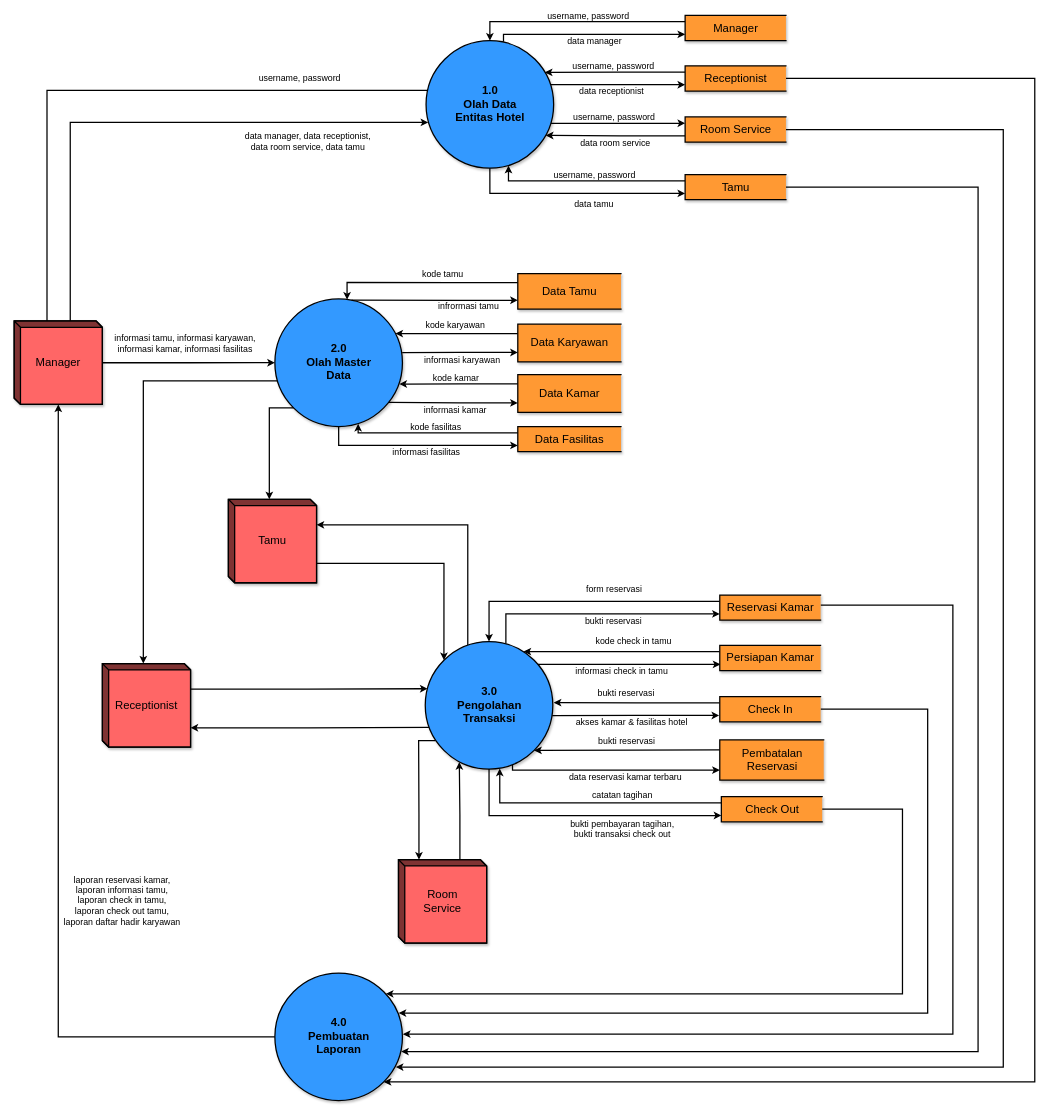
Above: page "DFD LVL 1 - NEW" (3 of 8) of Sistem Pemesanan Kamar Hotel - Data Flow Diagram.drawio in trueazp/System-Design-Analysis (draw.io), before the change. Source tidied: cells renumbered, new cells numbered last; positions are measured from the earlier drawing's top-left corner, leaving out a move shared by most shapes. Both pictures are drawn from the tidied source at 63%, with x=0, y=0 at pixel (14, 15).
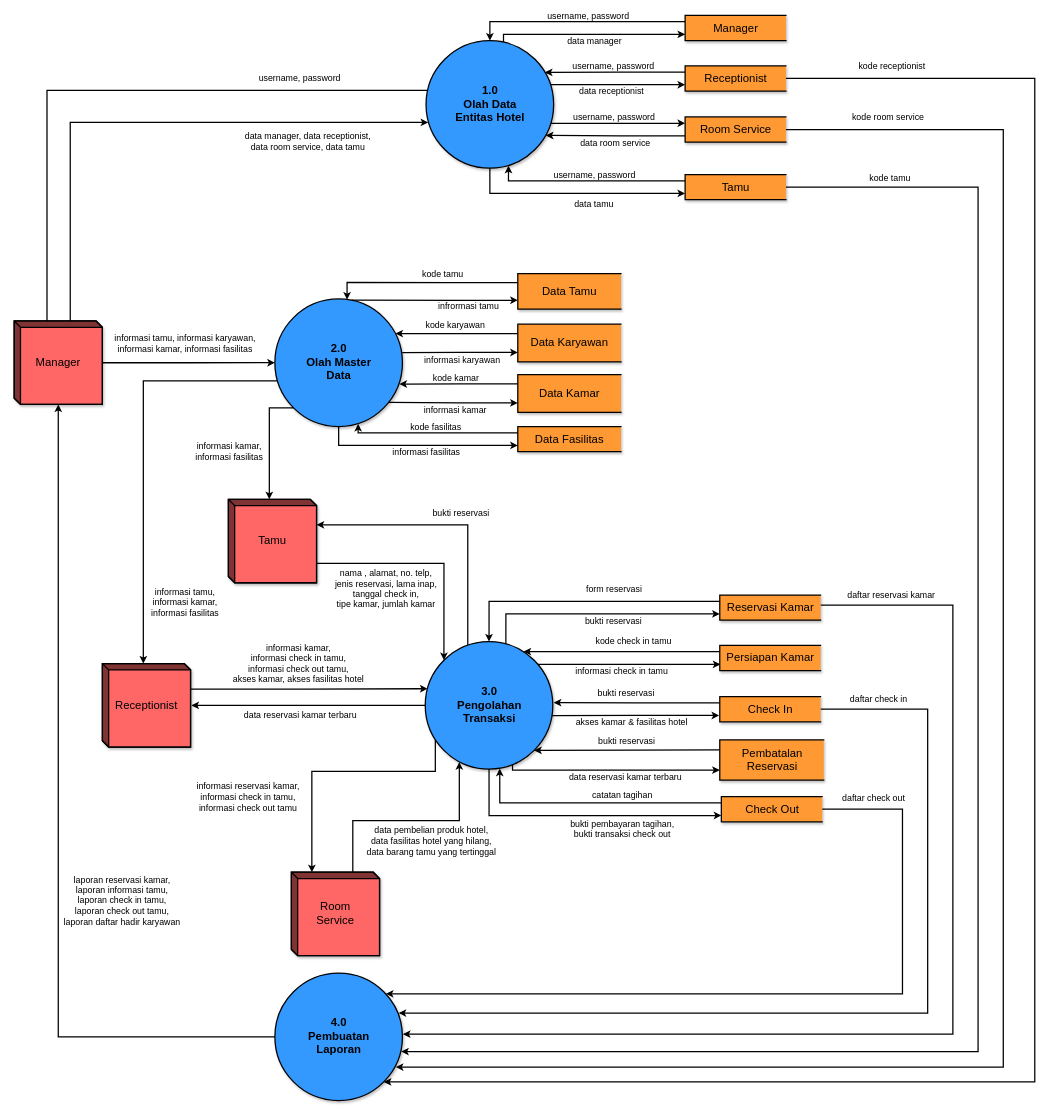
Above is the later version.

Commit message:
finished new DFD LVL 1...i hope

The change refers to these unchanged cells:
```xml
<mxCell id="9" style="edgeStyle=orthogonalEdgeStyle;rounded=0;jettySize=auto;html=1;exitX=0;exitY=1;exitDx=0;exitDy=0;entryX=0;entryY=0;entryDx=65;entryDy=0;entryPerimeter=0;fontSize=16;endArrow=classic;endFill=1;strokeWidth=2;" parent="1" edge="1" source="11" target="61">
  <mxGeometry relative="1" as="geometry">
    <Array as="points">
      <mxPoint x="443" y="580" />
      <mxPoint x="205" y="580" />
    </Array>
  </mxGeometry>
</mxCell>
<mxCell id="10" style="edgeStyle=orthogonalEdgeStyle;rounded=0;jumpStyle=arc;jettySize=auto;html=1;exitX=0;exitY=1;exitDx=0;exitDy=0;entryX=0;entryY=0;entryDx=65;entryDy=0;entryPerimeter=0;fontSize=14;startArrow=none;startFill=0;endArrow=classic;endFill=1;strokeWidth=2;" parent="1" edge="1" source="11" target="17">
  <mxGeometry relative="1" as="geometry">
    <Array as="points">
      <mxPoint x="405" y="623" />
    </Array>
  </mxGeometry>
</mxCell>
<mxCell id="15" style="edgeStyle=orthogonalEdgeStyle;rounded=0;jettySize=auto;html=1;exitX=0;exitY=0;exitDx=140;exitDy=101.875;exitPerimeter=0;entryX=0;entryY=0;entryDx=0;entryDy=0;fontSize=14;endArrow=classic;endFill=1;strokeWidth=2;" parent="1" edge="1" source="17" target="68">
  <mxGeometry relative="1" as="geometry">
    <Array as="points">
      <mxPoint x="682" y="870" />
    </Array>
  </mxGeometry>
</mxCell>
<mxCell id="16" style="edgeStyle=orthogonalEdgeStyle;rounded=0;jettySize=auto;html=1;exitX=0;exitY=0;exitDx=140;exitDy=40.625;exitPerimeter=0;fontSize=14;endArrow=none;endFill=0;strokeWidth=2;startArrow=classic;startFill=1;" parent="1" edge="1" source="17" target="68">
  <mxGeometry relative="1" as="geometry">
    <Array as="points">
      <mxPoint x="720" y="809" />
    </Array>
  </mxGeometry>
</mxCell>
<mxCell id="27" style="edgeStyle=orthogonalEdgeStyle;rounded=0;jumpStyle=arc;jettySize=auto;html=1;entryX=1;entryY=1;entryDx=0;entryDy=0;fontSize=14;startArrow=none;startFill=0;endArrow=classic;endFill=1;strokeWidth=2;" parent="1" edge="1" source="28" target="14">
  <mxGeometry relative="1" as="geometry">
    <Array as="points">
      <mxPoint x="1620" y="100" />
      <mxPoint x="1620" y="1693" />
    </Array>
  </mxGeometry>
</mxCell>
<mxCell id="33" style="edgeStyle=orthogonalEdgeStyle;rounded=0;jumpStyle=arc;jettySize=auto;html=1;entryX=0.948;entryY=0.737;entryDx=0;entryDy=0;entryPerimeter=0;fontSize=14;startArrow=none;startFill=0;endArrow=classic;endFill=1;strokeWidth=2;" parent="1" edge="1" source="34" target="14">
  <mxGeometry relative="1" as="geometry">
    <Array as="points">
      <mxPoint x="1570" y="181" />
      <mxPoint x="1570" y="1669" />
    </Array>
  </mxGeometry>
</mxCell>
<mxCell id="57" style="edgeStyle=orthogonalEdgeStyle;rounded=0;jumpStyle=arc;jettySize=auto;html=1;entryX=0.99;entryY=0.616;entryDx=0;entryDy=0;entryPerimeter=0;fontSize=14;startArrow=none;startFill=0;endArrow=classic;endFill=1;strokeWidth=2;" parent="1" edge="1" source="58" target="14">
  <mxGeometry relative="1" as="geometry">
    <Array as="points">
      <mxPoint x="1530" y="273" />
      <mxPoint x="1530" y="1645" />
    </Array>
  </mxGeometry>
</mxCell>
<mxCell id="60" style="edgeStyle=orthogonalEdgeStyle;rounded=0;jettySize=auto;html=1;exitX=0;exitY=0;exitDx=140;exitDy=40.625;exitPerimeter=0;entryX=0.018;entryY=0.37;entryDx=0;entryDy=0;entryPerimeter=0;fontFamily=Verdana;fontSize=14;startArrow=none;startFill=0;endArrow=classic;endFill=1;strokeWidth=2;labelBackgroundColor=none;" parent="1" edge="1" source="61" target="68">
  <mxGeometry relative="1" as="geometry" />
</mxCell>
<mxCell id="61" value="Receptionist" style="html=1;dashed=0;whitespace=wrap;shape=mxgraph.dfd.externalEntity;shadow=1;labelBackgroundColor=none;fontFamily=Helvetica;fontSize=18;strokeWidth=2;fillColor=#FF6666;align=center;whiteSpace=wrap;" parent="1" vertex="1">
  <mxGeometry x="140" y="1028.8" width="140" height="132.5" as="geometry" />
</mxCell>
<mxCell id="62" style="edgeStyle=orthogonalEdgeStyle;rounded=0;jettySize=auto;html=1;exitX=0;exitY=0;exitDx=97.5;exitDy=0;exitPerimeter=0;entryX=0.267;entryY=0.945;entryDx=0;entryDy=0;entryPerimeter=0;fontSize=14;startArrow=none;startFill=0;endArrow=classic;endFill=1;strokeWidth=2;" parent="1" edge="1" source="64" target="68">
  <mxGeometry relative="1" as="geometry" />
</mxCell>
<mxCell id="68" value="3.0&lt;br style=&quot;font-size: 18px&quot;&gt;Pengolahan &lt;br&gt;Transaksi" style="shape=ellipse;html=1;dashed=0;whitespace=wrap;perimeter=ellipsePerimeter;shadow=1;labelBackgroundColor=none;fontFamily=Helvetica;fontSize=18;strokeWidth=2;fillColor=#3399FF;align=center;fontStyle=1;" parent="1" vertex="1">
  <mxGeometry x="652.5" y="993.8" width="202.5" height="202.5" as="geometry" />
</mxCell>
<mxCell id="73" style="edgeStyle=orthogonalEdgeStyle;rounded=0;jumpStyle=arc;orthogonalLoop=1;jettySize=auto;html=1;fontSize=14;startArrow=none;startFill=0;endArrow=classic;endFill=1;strokeWidth=2;" parent="1" edge="1">
  <mxGeometry relative="1" as="geometry">
    <mxPoint x="1280" y="936" as="sourcePoint" />
    <mxPoint x="617" y="1617" as="targetPoint" />
    <Array as="points">
      <mxPoint x="1490" y="936" />
      <mxPoint x="1490" y="1617" />
    </Array>
  </mxGeometry>
</mxCell>
<mxCell id="84" style="edgeStyle=orthogonalEdgeStyle;rounded=0;jettySize=auto;html=1;entryX=0.97;entryY=0.314;entryDx=0;entryDy=0;entryPerimeter=0;fontSize=14;startArrow=none;startFill=0;endArrow=classic;endFill=1;strokeWidth=2;" parent="1" edge="1" source="85" target="14">
  <mxGeometry relative="1" as="geometry">
    <Array as="points">
      <mxPoint x="1450" y="1101" />
      <mxPoint x="1450" y="1584" />
    </Array>
  </mxGeometry>
</mxCell>
<mxCell id="95" style="edgeStyle=orthogonalEdgeStyle;rounded=0;jettySize=auto;html=1;fontSize=14;startArrow=none;startFill=0;endArrow=classic;endFill=1;strokeWidth=2;jumpStyle=arc;" parent="1" edge="1" source="96">
  <mxGeometry relative="1" as="geometry">
    <mxPoint x="590" y="1553" as="targetPoint" />
    <Array as="points">
      <mxPoint x="1410" y="1260" />
      <mxPoint x="1410" y="1553" />
    </Array>
  </mxGeometry>
</mxCell>
```

The edit, as a diff of the source:
```diff
@@
+    <mxCell id="97" value="&lt;div&gt;informasi tamu, &lt;br&gt;&lt;/div&gt;&lt;div&gt;informasi kamar, &lt;br&gt;&lt;/div&gt;&lt;div&gt;informasi fasilitas&lt;br&gt;&lt;/div&gt;" style="edgeLabel;html=1;align=center;verticalAlign=middle;fontSize=14;" parent="9" vertex="1">
+      <mxGeometry x="0.46" relative="1" as="geometry">
+        <mxPoint x="65" y="100" as="offset" />
+      </mxGeometry>
+    </mxCell>
@@
+    <mxCell id="98" value="&lt;div&gt;informasi kamar, &lt;br&gt;&lt;/div&gt;&lt;div&gt;informasi fasilitas&lt;br&gt;&lt;/div&gt;" style="edgeLabel;html=1;align=center;verticalAlign=middle;fontSize=14;" parent="10" vertex="1">
+      <mxGeometry x="0.32" y="2" relative="1" as="geometry">
+        <mxPoint x="-67" y="-14" as="offset" />
+      </mxGeometry>
+    </mxCell>
@@
+    <mxCell id="99" value="&lt;div&gt;nama , alamat, no. telp, &lt;br&gt;&lt;/div&gt;&lt;div&gt;jenis reservasi, lama inap, &lt;br&gt;&lt;/div&gt;&lt;div&gt;tanggal check in, &lt;/div&gt;tipe kamar, jumlah kamar" style="edgeLabel;html=1;align=center;verticalAlign=middle;fontSize=14;" parent="15" vertex="1">
+      <mxGeometry x="-0.32" y="-2" relative="1" as="geometry">
+        <mxPoint x="-11" y="38" as="offset" />
+      </mxGeometry>
+    </mxCell>
@@
+    <mxCell id="100" value="bukti reservasi" style="edgeLabel;html=1;align=center;verticalAlign=middle;fontSize=14;" parent="16" vertex="1">
+      <mxGeometry x="-0.15" y="2" relative="1" as="geometry">
+        <mxPoint x="46" y="-17" as="offset" />
+      </mxGeometry>
+    </mxCell>
@@
+    <mxCell id="101" value="kode receptionist" style="edgeLabel;html=1;align=center;verticalAlign=middle;fontSize=14;" parent="27" vertex="1">
+      <mxGeometry x="-0.89" y="-2" relative="1" as="geometry">
+        <mxPoint x="1" y="-22" as="offset" />
+      </mxGeometry>
+    </mxCell>
@@
+    <mxCell id="102" value="kode room service" style="edgeLabel;html=1;align=center;verticalAlign=middle;fontSize=14;" parent="33" vertex="1">
+      <mxGeometry x="-0.9" y="2" relative="1" as="geometry">
+        <mxPoint x="21" y="-18" as="offset" />
+      </mxGeometry>
+    </mxCell>
@@
+    <mxCell id="103" value="kode tamu" style="edgeLabel;html=1;align=center;verticalAlign=middle;fontSize=14;" parent="57" vertex="1">
+      <mxGeometry x="-0.87" y="2" relative="1" as="geometry">
+        <mxPoint x="-5" y="-13" as="offset" />
+      </mxGeometry>
+    </mxCell>
@@
-    <mxCell id="59" style="edgeStyle=orthogonalEdgeStyle;rounded=0;jettySize=auto;html=1;entryX=0.032;entryY=0.673;entryDx=0;entryDy=0;fontFamily=Verdana;fontSize=13;startArrow=classic;startFill=1;endArrow=none;endFill=0;strokeWidth=2;exitX=0;exitY=0;exitDx=140;exitDy=101.875;exitPerimeter=0;labelBackgroundColor=none;entryPerimeter=0;" parent="1" edge="1" source="61" target="68">
-      <mxGeometry relative="1" as="geometry" />
-    </mxCell>
@@
+    <mxCell id="104" value="&lt;div&gt;informasi kamar, &lt;br&gt;&lt;/div&gt;&lt;div&gt;informasi check in tamu, &lt;br&gt;&lt;/div&gt;&lt;div&gt;informasi check out tamu, &lt;br&gt;&lt;/div&gt;&lt;div&gt;akses kamar, akses fasilitas hotel&lt;br&gt;&lt;/div&gt;" style="edgeLabel;html=1;align=center;verticalAlign=middle;fontSize=14;" parent="60" vertex="1">
+      <mxGeometry x="-0.3" y="1" relative="1" as="geometry">
+        <mxPoint x="39" y="-40" as="offset" />
+      </mxGeometry>
+    </mxCell>
@@
+    <mxCell id="105" value="data pembelian produk hotel, &lt;br style=&quot;font-size: 14px&quot;&gt;data fasilitas hotel yang hilang, &lt;br style=&quot;font-size: 14px&quot;&gt;data barang tamu yang tertinggal" style="edgeLabel;html=1;align=center;verticalAlign=middle;fontSize=14;" parent="62" vertex="1">
+      <mxGeometry x="0.13" y="2" relative="1" as="geometry">
+        <mxPoint x="12" y="34" as="offset" />
+      </mxGeometry>
+    </mxCell>
-    <mxCell id="63" style="edgeStyle=orthogonalEdgeStyle;rounded=0;jettySize=auto;html=1;exitX=0;exitY=0;exitDx=32.5;exitDy=0;exitPerimeter=0;entryX=0.079;entryY=0.777;entryDx=0;entryDy=0;entryPerimeter=0;fontSize=14;startArrow=classic;startFill=1;endArrow=none;endFill=0;strokeWidth=2;" parent="1" edge="1" source="64" target="68">
+    <mxCell id="63" style="edgeStyle=orthogonalEdgeStyle;rounded=0;jettySize=auto;html=1;exitX=0;exitY=0;exitDx=32.5;exitDy=0;exitPerimeter=0;entryX=0.079;entryY=0.772;entryDx=0;entryDy=0;entryPerimeter=0;fontSize=14;startArrow=classic;startFill=1;endArrow=none;endFill=0;strokeWidth=2;" parent="1" edge="1" source="64" target="68">
       <mxGeometry relative="1" as="geometry">
         <Array as="points">
-          <mxPoint x="642" y="1268" />
-          <mxPoint x="642" y="1268" />
-          <mxPoint x="642" y="1151" />
+          <mxPoint x="472" y="1200" />
+          <mxPoint x="669" y="1200" />
         </Array>
       </mxGeometry>
     </mxCell>
+    <mxCell id="106" value="&lt;div&gt;informasi reservasi kamar, &lt;br&gt;&lt;/div&gt;&lt;div&gt;informasi check in tamu, &lt;br&gt;&lt;/div&gt;&lt;div&gt;informasi check out tamu&lt;br&gt;&lt;/div&gt;" style="edgeLabel;html=1;align=center;verticalAlign=middle;fontSize=14;" parent="63" vertex="1">
+      <mxGeometry x="0.13" y="2" relative="1" as="geometry">
+        <mxPoint x="-171" y="42" as="offset" />
+      </mxGeometry>
+    </mxCell>
     <mxCell id="64" value="Room &lt;br style=&quot;font-size: 18px;&quot;&gt;Service" style="html=1;dashed=0;whitespace=wrap;shape=mxgraph.dfd.externalEntity;shadow=1;labelBackgroundColor=none;fontFamily=Helvetica;fontSize=18;strokeWidth=2;fillColor=#FF6666;align=center;whiteSpace=wrap;" parent="1" vertex="1">
-      <mxGeometry x="610" y="1340" width="140" height="132.5" as="geometry" />
+      <mxGeometry x="440" y="1360" width="140" height="132.5" as="geometry" />
     </mxCell>
@@
+    <mxCell id="107" style="edgeStyle=orthogonalEdgeStyle;rounded=0;jumpStyle=arc;jettySize=auto;html=1;entryX=1.009;entryY=0.501;entryDx=0;entryDy=0;entryPerimeter=0;fontSize=14;startArrow=none;startFill=0;endArrow=classic;endFill=1;strokeWidth=2;" parent="1" edge="1" source="68" target="61">
+      <mxGeometry relative="1" as="geometry" />
+    </mxCell>
+    <mxCell id="108" value="data reservasi kamar terbaru" style="edgeLabel;html=1;align=center;verticalAlign=middle;fontSize=14;" parent="107" vertex="1">
+      <mxGeometry x="0.07" y="3" relative="1" as="geometry">
+        <mxPoint y="12" as="offset" />
+      </mxGeometry>
+    </mxCell>
@@
+    <mxCell id="109" value="daftar reservasi kamar" style="edgeLabel;html=1;align=center;verticalAlign=middle;fontSize=14;" parent="73" vertex="1">
+      <mxGeometry x="-0.9" y="-1" relative="1" as="geometry">
+        <mxPoint x="23" y="-17" as="offset" />
+      </mxGeometry>
+    </mxCell>
@@
+    <mxCell id="110" value="daftar check in" style="edgeLabel;html=1;align=center;verticalAlign=middle;fontSize=14;" parent="84" vertex="1">
+      <mxGeometry x="-0.91" y="-2" relative="1" as="geometry">
+        <mxPoint x="24" y="-19" as="offset" />
+      </mxGeometry>
+    </mxCell>
@@
+    <mxCell id="111" value="daftar check out" style="edgeLabel;html=1;align=center;verticalAlign=middle;fontSize=14;" parent="95" vertex="1">
+      <mxGeometry x="-0.87" relative="1" as="geometry">
+        <mxPoint y="-18" as="offset" />
+      </mxGeometry>
+    </mxCell>
```
